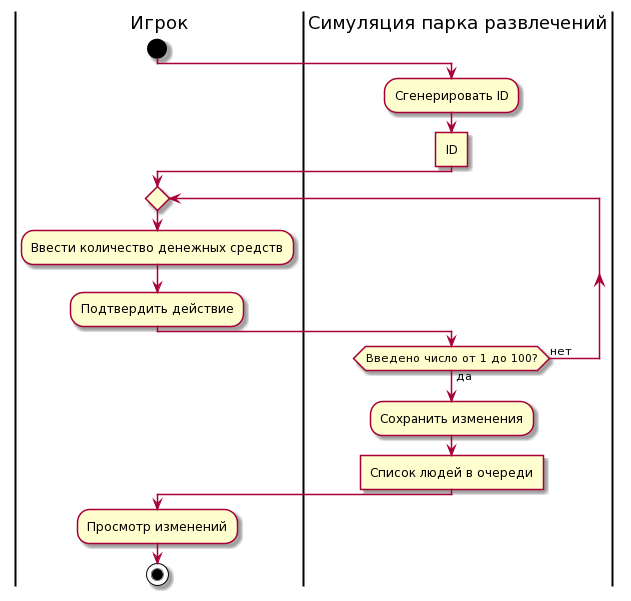
mzhirko/amusement-park keeps this PlantUML diagram as description/images/add-visitor-activity-diagram.png. Above is the earlier version.
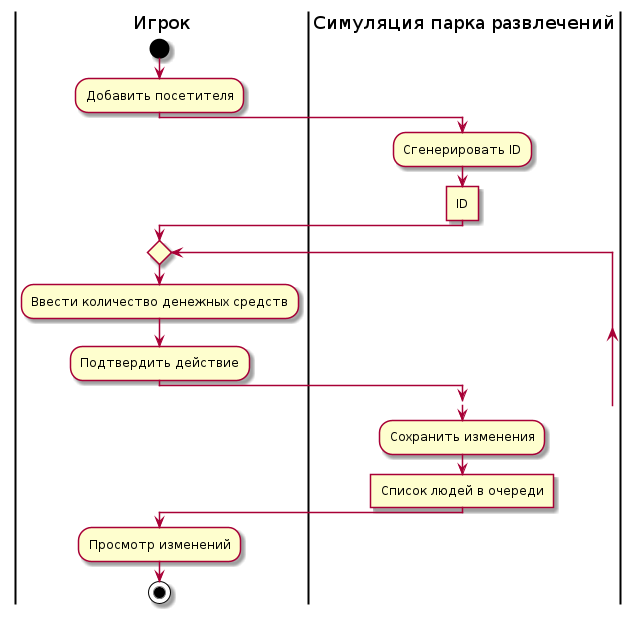
After the change.

Commit message:
Edit activity diagrams

Change to the diagram source:
```diff
@@ -1,6 +1,7 @@
 @startuml
 |Игрок|
 start
+:Добавить посетителя;
 |Симуляция парка развлечений|
 :Сгенерировать ID;
 :ID]
```
